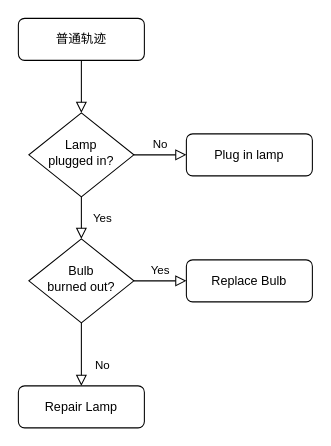
Before: Untitled Diagram.drawio in geo-deyi/dataflow, a draw.io diagram. Source tidied: cells renumbered, new cells numbered last; positions are measured from the earlier drawing's top-left corner, leaving out a move shared by most shapes. Both pictures are drawn from the tidied source at 105%, with x=0, y=0 at pixel (18, 18).
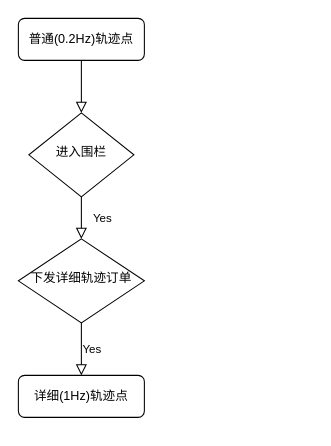
The same diagram, later.

The edit, as a diff of the source:
```diff
@@
 <mxGraphModel>
   <root>
     <mxCell id="0" />
     <mxCell id="1" parent="0" />
     <mxCell id="2" style="rounded=0;html=1;jettySize=auto;fontSize=11;endArrow=block;endFill=0;endSize=8;strokeWidth=1;shadow=0;labelBackgroundColor=none;edgeStyle=orthogonalEdgeStyle;" parent="1" edge="1" source="3" target="6">
       <mxGeometry relative="1" as="geometry" />
     </mxCell>
-    <mxCell id="3" value="普通轨迹" style="rounded=1;whiteSpace=wrap;html=1;fontSize=12;glass=0;strokeWidth=1;shadow=0;" parent="1" vertex="1">
+    <mxCell id="3" value="普通(0.2Hz)轨迹点" style="rounded=1;whiteSpace=wrap;html=1;fontSize=12;glass=0;strokeWidth=1;shadow=0;" parent="1" vertex="1">
       <mxGeometry width="120" height="40" as="geometry" />
     </mxCell>
     <mxCell id="4" value="Yes" style="rounded=0;html=1;jettySize=auto;fontSize=11;endArrow=block;endFill=0;endSize=8;strokeWidth=1;shadow=0;labelBackgroundColor=none;edgeStyle=orthogonalEdgeStyle;" parent="1" edge="1" source="6" target="10">
       <mxGeometry y="20" relative="1" as="geometry" />
     </mxCell>
-    <mxCell id="5" value="No" style="edgeStyle=orthogonalEdgeStyle;rounded=0;html=1;jettySize=auto;fontSize=11;endArrow=block;endFill=0;endSize=8;strokeWidth=1;shadow=0;labelBackgroundColor=none;" parent="1" edge="1" source="6" target="7">
-      <mxGeometry y="10" relative="1" as="geometry" />
-    </mxCell>
-    <mxCell id="6" value="Lamp&lt;br&gt;plugged in?" style="rhombus;whiteSpace=wrap;html=1;shadow=0;fontFamily=Helvetica;fontSize=12;align=center;strokeWidth=1;spacing=6;spacingTop=-4;" parent="1" vertex="1">
+    <mxCell id="6" value="进入围栏" style="rhombus;whiteSpace=wrap;html=1;shadow=0;fontFamily=Helvetica;fontSize=12;align=center;strokeWidth=1;spacing=6;spacingTop=-4;" parent="1" vertex="1">
       <mxGeometry x="10" y="90" width="100" height="80" as="geometry" />
     </mxCell>
-    <mxCell id="7" value="Plug in lamp" style="rounded=1;whiteSpace=wrap;html=1;fontSize=12;glass=0;strokeWidth=1;shadow=0;" parent="1" vertex="1">
-      <mxGeometry x="160" y="110" width="120" height="40" as="geometry" />
-    </mxCell>
-    <mxCell id="8" value="No" style="rounded=0;html=1;jettySize=auto;fontSize=11;endArrow=block;endFill=0;endSize=8;strokeWidth=1;shadow=0;labelBackgroundColor=none;edgeStyle=orthogonalEdgeStyle;" parent="1" edge="1" source="10" target="11">
-      <mxGeometry x="0.33" y="20" relative="1" as="geometry" />
-    </mxCell>
     <mxCell id="9" value="Yes" style="edgeStyle=orthogonalEdgeStyle;rounded=0;html=1;jettySize=auto;fontSize=11;endArrow=block;endFill=0;endSize=8;strokeWidth=1;shadow=0;labelBackgroundColor=none;" parent="1" edge="1" source="10" target="12">
       <mxGeometry y="10" relative="1" as="geometry" />
     </mxCell>
-    <mxCell id="10" value="Bulb&lt;br&gt;burned out?" style="rhombus;whiteSpace=wrap;html=1;shadow=0;fontFamily=Helvetica;fontSize=12;align=center;strokeWidth=1;spacing=6;spacingTop=-4;" parent="1" vertex="1">
-      <mxGeometry x="10" y="210" width="100" height="80" as="geometry" />
+    <mxCell id="10" value="下发详细轨迹订单" style="rhombus;whiteSpace=wrap;html=1;shadow=0;fontFamily=Helvetica;fontSize=12;align=center;strokeWidth=1;spacing=6;spacingTop=-4;" parent="1" vertex="1">
+      <mxGeometry y="210" width="120" height="80" as="geometry" />
     </mxCell>
-    <mxCell id="11" value="Repair Lamp" style="rounded=1;whiteSpace=wrap;html=1;fontSize=12;glass=0;strokeWidth=1;shadow=0;" parent="1" vertex="1">
-      <mxGeometry y="350" width="120" height="40" as="geometry" />
-    </mxCell>
-    <mxCell id="12" value="Replace Bulb" style="rounded=1;whiteSpace=wrap;html=1;fontSize=12;glass=0;strokeWidth=1;shadow=0;" parent="1" vertex="1">
-      <mxGeometry x="160" y="230" width="120" height="40" as="geometry" />
+    <mxCell id="12" value="详细(1Hz)轨迹点" style="rounded=1;whiteSpace=wrap;html=1;fontSize=12;glass=0;strokeWidth=1;shadow=0;" parent="1" vertex="1">
+      <mxGeometry y="340" width="120" height="40" as="geometry" />
     </mxCell>
   </root>
 </mxGraphModel>
```
